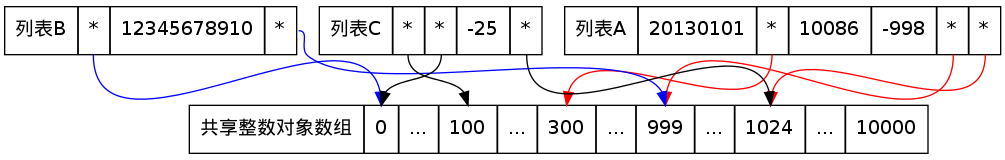
Earlier version of the Graphviz export datatype/image/shared_integer.png (huangzworks/redisbook). Its source is kept beside it as datatype/image/shared_integer.dot. Source of this version:
```dot
digraph shared_integer {


    node [shape = record];


    list_a [label = "<head>列表A | 20130101 |<300> * | 10086 | -998 |<999> * |<1024> *"];

    list_b [label = "列表B |<0> * | 12345678910 |<999> *"];

    list_c [label = "列表C |<100> * |<0> * | -25 |<1024> *"];

    sl [label = "<head>共享整数对象数组 |<0> 0 | ... |<100> 100 | ... |<300> 300 | ... |<999> 999 | ... |<1024> 1024 | ... | 10000 "];


    list_a:300 -> sl:300 [color=red];
    list_a:999 -> sl:999 [color=red];
    list_a:1024 -> sl:1024 [color=red];

    list_b:0 -> sl:0 [color=blue];
    list_b:999 -> sl:999 [color=blue];

    list_c:100 -> sl:100;
    list_c:0 -> sl:0;
    list_c:1024 -> sl:1024;
}
```
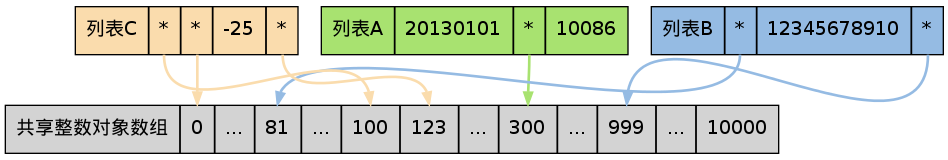
The same diagram one commit later.

Diff of the diagram source:
```diff
@@ -1,26 +1,27 @@
 digraph shared_integer {
 
 
-    node [shape = record];
+    node [shape = record, style = filled];
+
+    edge [style = bold];
 
 
-    list_a [label = "<head>列表A | 20130101 |<300> * | 10086 | -998 |<999> * |<1024> *"];
 
-    list_b [label = "列表B |<0> * | 12345678910 |<999> *"];
+    list_a [label = "<head>列表A | 20130101 |<300> * | 10086 ", fillcolor = "#A8E270"];
 
-    list_c [label = "列表C |<100> * |<0> * | -25 |<1024> *"];
+    list_b [label = "列表B |<81> * | 12345678910 |<999> *", fillcolor = "#95BBE3"];
 
-    sl [label = "<head>共享整数对象数组 |<0> 0 | ... |<100> 100 | ... |<300> 300 | ... |<999> 999 | ... |<1024> 1024 | ... | 10000 "];
+    list_c [label = "列表C |<100> * |<0> * | -25 |<123> *", fillcolor = "#FADCAD"];
+
+    sl [label = "<head>共享整数对象数组 |<0> 0 | ... |<81> 81| ... |<100> 100 |<123> 123 | ... |<300> 300 | ... |<999> 999 | ... | 10000 "];
 
 
-    list_a:300 -> sl:300 [color=red];
-    list_a:999 -> sl:999 [color=red];
-    list_a:1024 -> sl:1024 [color=red];
+    list_a:300 -> sl:300 [color="#A8E270"];
 
-    list_b:0 -> sl:0 [color=blue];
-    list_b:999 -> sl:999 [color=blue];
+    list_b:81 -> sl:81 [color="#95BBE3"];
+    list_b:999 -> sl:999 [color="#95BBE3"];
 
-    list_c:100 -> sl:100;
-    list_c:0 -> sl:0;
-    list_c:1024 -> sl:1024;
+    list_c:100 -> sl:100 [color = "#FADCAD"];
+    list_c:0 -> sl:0 [color = "#FADCAD"];
+    list_c:123 -> sl:123 [color = "#FADCAD"];
 }
```
